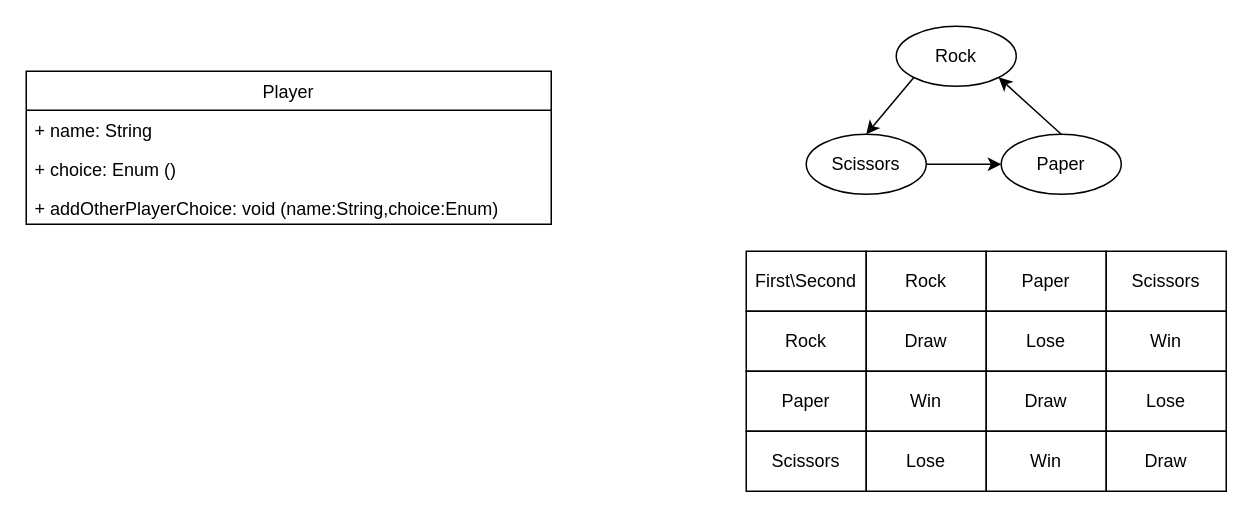
The draw.io diagram RockPaperScissorsNotes.drawio in Hannah-Ellis-Ten10/RockPaperScissors, before the edit. Source tidied: cells renumbered, new cells numbered last; positions are measured from the earlier drawing's top-left corner, leaving out a move shared by most shapes. Both pictures are drawn from the tidied source at 150%, with x=0, y=0 at pixel (26, 26).
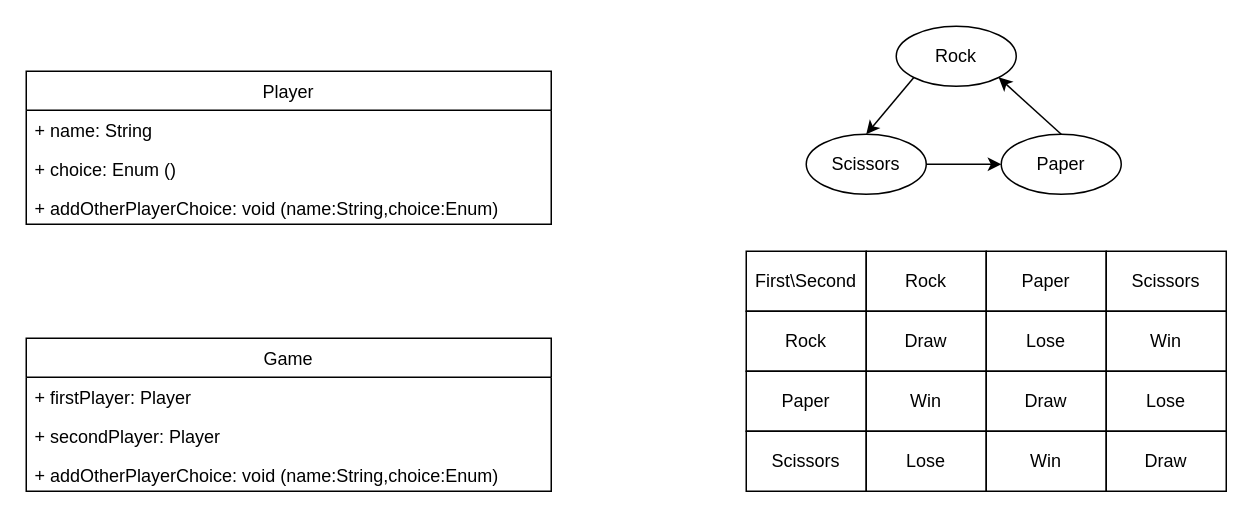
The same diagram, later.

Change to the diagram source:
```diff
@@
+    <mxCell id="28" value="Game" style="swimlane;fontStyle=0;horizontal=1;startSize=26;fillColor=none;" parent="1" vertex="1">
+      <mxGeometry y="208" width="350" height="102" as="geometry" />
+    </mxCell>
+    <mxCell id="29" value="+ firstPlayer: Player" style="text;strokeColor=none;fillColor=none;align=left;verticalAlign=top;spacingLeft=4;spacingRight=4;overflow=hidden;" parent="28" vertex="1">
+      <mxGeometry y="26" width="350" height="26" as="geometry" />
+    </mxCell>
+    <mxCell id="30" value="+ secondPlayer: Player" style="text;strokeColor=none;fillColor=none;align=left;verticalAlign=top;spacingLeft=4;spacingRight=4;overflow=hidden;" parent="28" vertex="1">
+      <mxGeometry y="52" width="350" height="26" as="geometry" />
+    </mxCell>
+    <mxCell id="31" value="+ addOtherPlayerChoice: void (name:String,choice:Enum)" style="text;strokeColor=none;fillColor=none;align=left;verticalAlign=top;spacingLeft=4;spacingRight=4;overflow=hidden;" parent="28" vertex="1">
+      <mxGeometry y="78" width="350" height="24" as="geometry" />
+    </mxCell>
```
